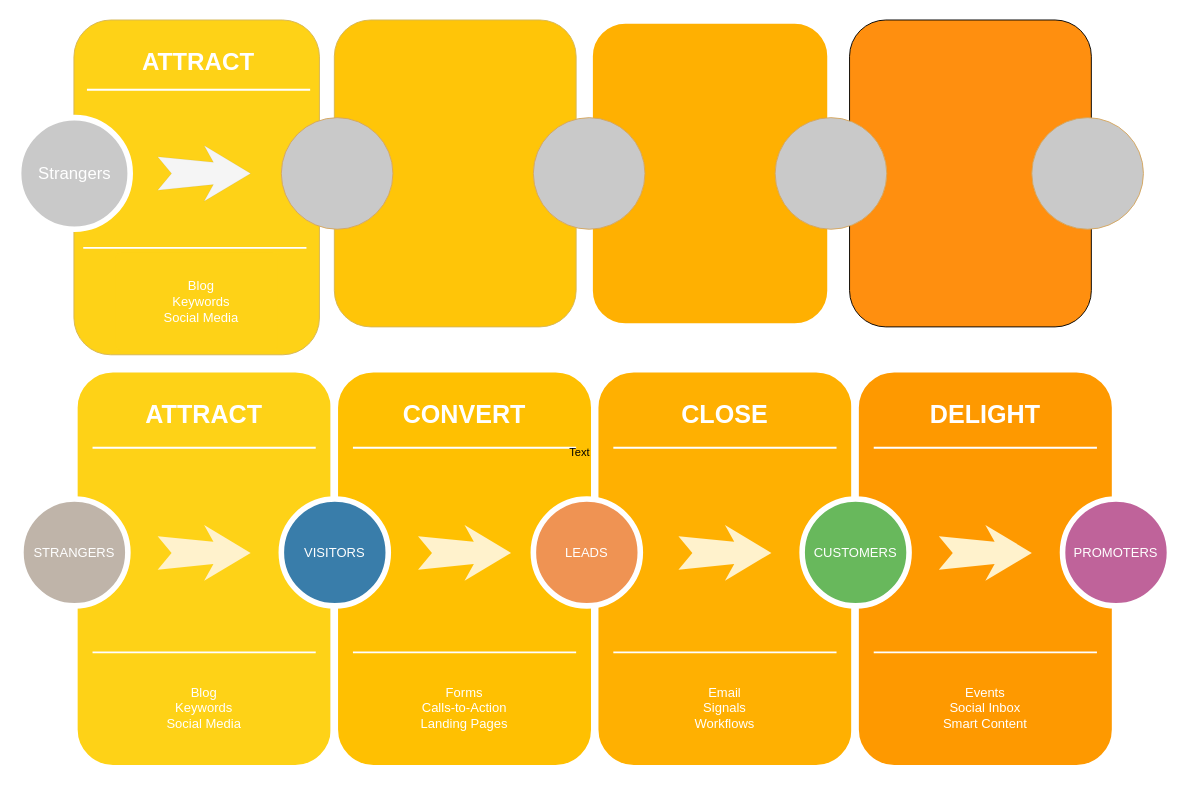
sosukebrause/Bess-Demo keeps this draw.io diagram as page "Page-1" (1 of 2) of Untitled Diagram.drawio. Above is the earlier version. Source tidied: cells renumbered, new cells numbered last; positions are measured from the earlier drawing's top-left corner, leaving out a move shared by most shapes. Both pictures are drawn from the tidied source at 93%, with x=0, y=0 at pixel (18, 20).
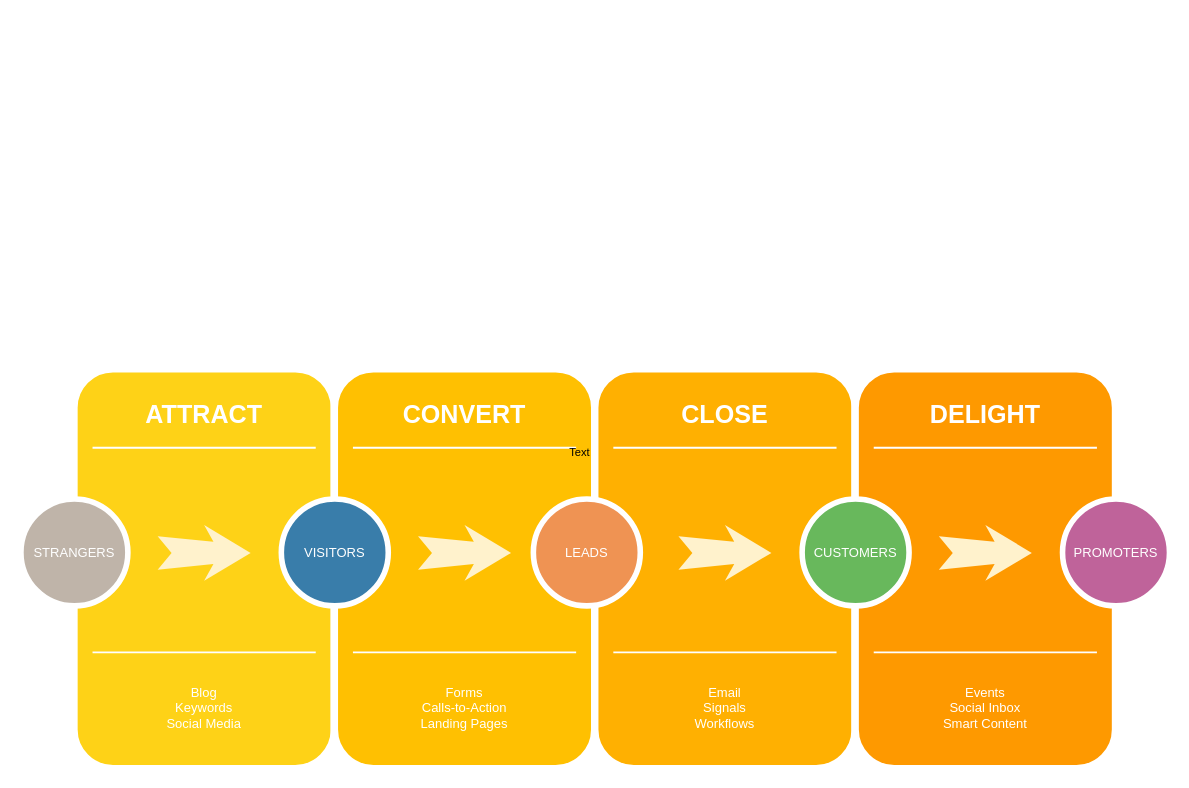
Above is the later version.

The edit, as a diff of the source:
```diff
@@
-    <mxCell id="31" style="rounded=1;whiteSpace=wrap;html=1;fillColor=#FED217;strokeColor=#d6b656;" parent="1" vertex="1">
-      <mxGeometry x="60" width="264" height="360" as="geometry" />
-    </mxCell>
-    <mxCell id="32" style="rounded=1;whiteSpace=wrap;html=1;fillColor=#FFC508;strokeColor=#d6b656;" parent="1" vertex="1">
-      <mxGeometry x="340" width="260" height="330" as="geometry" />
-    </mxCell>
-    <mxCell id="33" style="rounded=1;whiteSpace=wrap;html=1;fillColor=#FF8F0F;" parent="1" vertex="1">
-      <mxGeometry x="894" width="260" height="330" as="geometry" />
-    </mxCell>
-    <mxCell id="34" style="rounded=1;whiteSpace=wrap;html=1;fontSize=20;fillColor=#FFB001;strokeColor=#FFFFFF;shadow=0;strokeWidth=8;" parent="1" vertex="1">
-      <mxGeometry x="614" width="260" height="330" as="geometry" />
-    </mxCell>
-    <mxCell id="35" style="ellipse;whiteSpace=wrap;html=1;strokeColor=#D6A65E;fillColor=#C9C9C9;gradientColor=none;" parent="1" vertex="1">
-      <mxGeometry x="554" y="105" width="120" height="120" as="geometry" />
-    </mxCell>
-    <mxCell id="36" style="ellipse;whiteSpace=wrap;html=1;strokeColor=#D6A65E;fillColor=#C9C9C9;gradientColor=none;" parent="1" vertex="1">
-      <mxGeometry x="814" y="105" width="120" height="120" as="geometry" />
-    </mxCell>
-    <mxCell id="37" style="ellipse;whiteSpace=wrap;html=1;strokeColor=#D6A65E;fillColor=#C9C9C9;gradientColor=none;" parent="1" vertex="1">
-      <mxGeometry x="283" y="105" width="120" height="120" as="geometry" />
-    </mxCell>
-    <mxCell id="38" style="ellipse;whiteSpace=wrap;html=1;strokeColor=#D6A65E;fillColor=#C9C9C9;gradientColor=none;" parent="1" vertex="1">
-      <mxGeometry x="1090" y="105" width="120" height="120" as="geometry" />
-    </mxCell>
-    <mxCell id="39" value="&lt;h1 style=&quot;font-size: 26px&quot;&gt;ATTRACT&lt;/h1&gt;" style="text;html=1;strokeColor=none;fillColor=none;spacing=0;spacingTop=0;whiteSpace=wrap;overflow=hidden;rounded=0;fontSize=27;align=center;verticalAlign=middle;fontColor=#FFFFFF;" parent="1" vertex="1">
-      <mxGeometry x="99" width="190" height="90" as="geometry" />
-    </mxCell>
-    <mxCell id="40" style="line;strokeWidth=2;html=1;perimeter=backbonePerimeter;fontSize=26;fontColor=#FFFFFF;strokeColor=#FFFFFF;" parent="1" vertex="1">
-      <mxGeometry x="74" y="70" width="240" height="10" as="geometry" />
-    </mxCell>
-    <mxCell id="41" style="html=1;shadow=0;dashed=0;align=center;verticalAlign=middle;shape=mxgraph.arrows2.stylisedArrow;dy=0.6;dx=40;notch=15;feather=0.4;fontSize=26;strokeWidth=0;strokeColor=#666666;fillColor=#f5f5f5;fontColor=#333333;" parent="1" vertex="1">
-      <mxGeometry x="150" y="135" width="100" height="60" as="geometry" />
-    </mxCell>
-    <mxCell id="42" style="line;strokeWidth=2;html=1;perimeter=backbonePerimeter;fontSize=26;fontColor=#FFFFFF;strokeColor=#FFFFFF;" parent="1" vertex="1">
-      <mxGeometry x="70" y="240" width="240" height="10" as="geometry" />
-    </mxCell>
@@
-    <mxCell id="44" value="Blog&lt;br&gt;Keywords&lt;br&gt;&lt;div style=&quot;&quot;&gt;&lt;span&gt;Social Media&lt;/span&gt;&lt;/div&gt;" style="html=1;shadow=0;dashed=0;shape=mxgraph.bootstrap.rrect;rSize=5;strokeColor=none;strokeWidth=1;fillColor=#FED217;fontColor=#FFFFFF;whiteSpace=wrap;align=center;verticalAlign=middle;spacingLeft=10;fontSize=14;spacing=10;rounded=1;labelBackgroundColor=none;fontFamily=Helvetica;" parent="1" vertex="1">
-      <mxGeometry x="105" y="250" width="174" height="105" as="geometry" />
-    </mxCell>
-    <mxCell id="45" value="Strangers" style="ellipse;whiteSpace=wrap;html=1;strokeColor=#FFFFFF;fillColor=#C9C9C9;gradientColor=none;strokeWidth=6;fontSize=18;fontColor=#FFFFFF;" parent="1" vertex="1">
-      <mxGeometry x="0.5" y="105" width="120" height="120" as="geometry" />
-    </mxCell>
```
